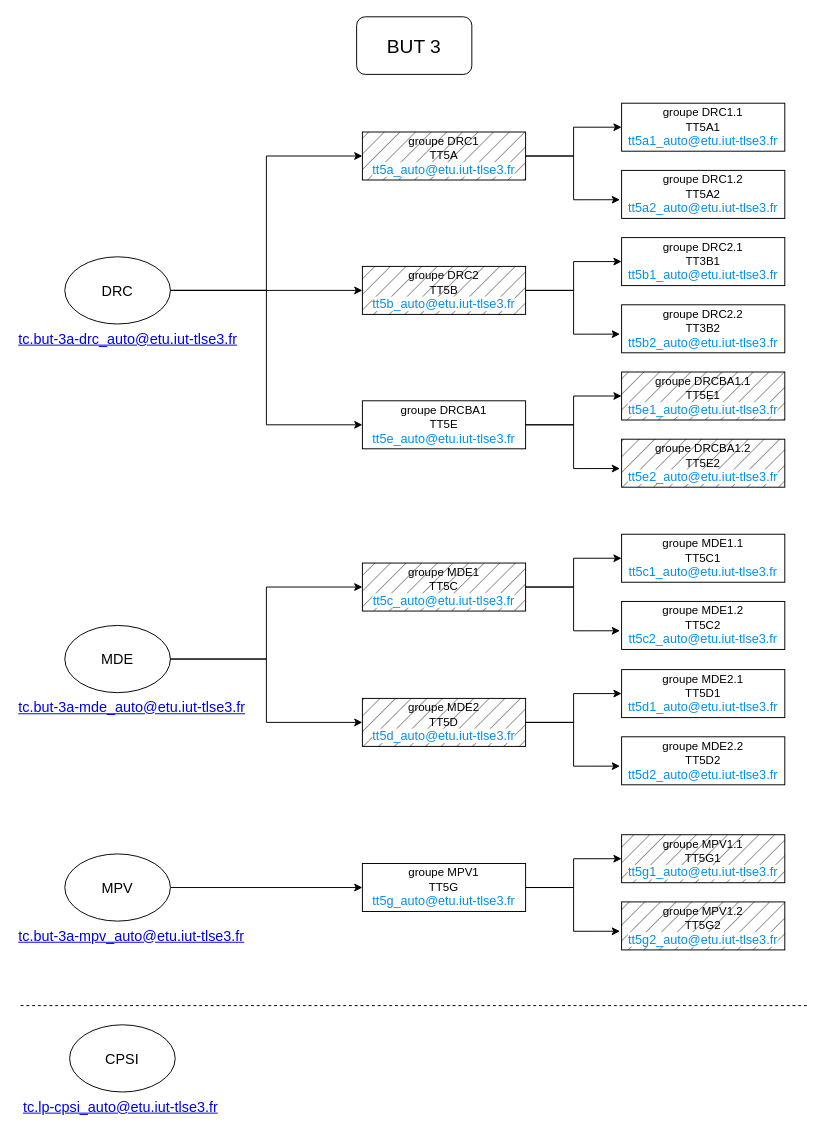
Earlier version of the draw.io diagram BUT3.drawio (gI7DUmmY/diagrams). Source tidied: cells renumbered, new cells numbered last; positions are measured from the earlier drawing's top-left corner, leaving out a move shared by most shapes. Both pictures are drawn from the tidied source at 96%, with x=0, y=0 at pixel (16, 16).
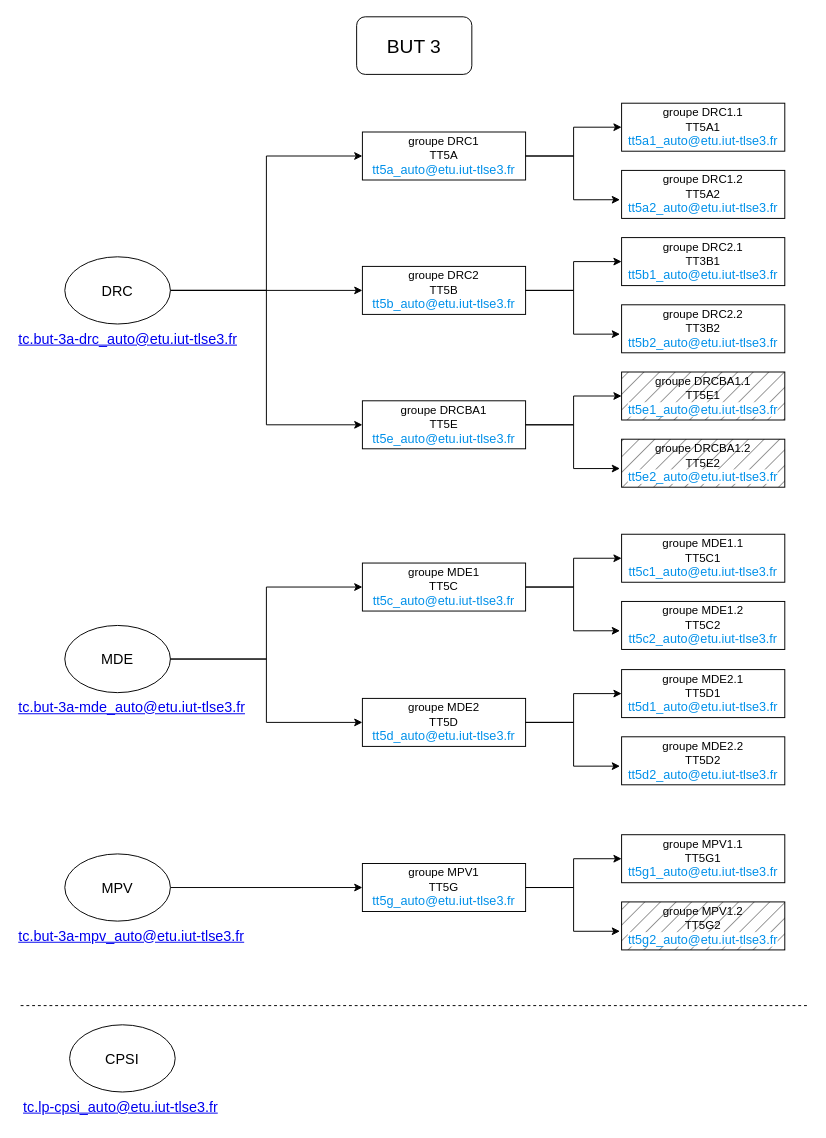
Above is the later version.

Commit message:
Mettre à jour BUT3.drawio

Diff of the diagram source:
```diff
@@
-    <mxCell id="15" value="groupe DRC1&lt;br style=&quot;border-color: var(--border-color);&quot;&gt;TT5A&lt;br style=&quot;border-color: var(--border-color);&quot;&gt;&lt;a href=&quot;mailto:tt5a_auto@etu.iut-tlse3.fr&quot; style=&quot;border: 0px; box-sizing: inherit; font-family: Raleway, sans-serif; font-size: 1.1em; background-color: rgb(255, 255, 255); line-height: inherit; color: rgb(0, 144, 233); text-decoration-line: none; cursor: pointer; margin: 0px; padding: 0px; text-size-adjust: 100%; font-variant-numeric: inherit; font-variant-east-asian: inherit; font-variant-alternates: inherit; font-variant-position: inherit; font-stretch: inherit; font-optical-sizing: inherit; font-kerning: inherit; font-feature-settings: inherit; font-variation-settings: inherit; vertical-align: baseline; transition: background-color 300ms ease-out; -webkit-tap-highlight-color: rgba(0, 0, 0, 0); text-align: left;&quot;&gt;tt5a_auto@etu.iut-tlse3.fr&lt;/a&gt;" style="rounded=0;whiteSpace=wrap;html=1;fillStyle=hatch;fillColor=#747474;" parent="1" vertex="1">
+    <mxCell id="15" value="groupe DRC1&lt;br style=&quot;border-color: var(--border-color);&quot;&gt;TT5A&lt;br style=&quot;border-color: var(--border-color);&quot;&gt;&lt;a href=&quot;mailto:tt5a_auto@etu.iut-tlse3.fr&quot; style=&quot;border: 0px; box-sizing: inherit; font-family: Raleway, sans-serif; font-size: 1.1em; background-color: rgb(255, 255, 255); line-height: inherit; color: rgb(0, 144, 233); text-decoration-line: none; cursor: pointer; margin: 0px; padding: 0px; text-size-adjust: 100%; font-variant-numeric: inherit; font-variant-east-asian: inherit; font-variant-alternates: inherit; font-variant-position: inherit; font-stretch: inherit; font-optical-sizing: inherit; font-kerning: inherit; font-feature-settings: inherit; font-variation-settings: inherit; vertical-align: baseline; transition: background-color 300ms ease-out; -webkit-tap-highlight-color: rgba(0, 0, 0, 0); text-align: left;&quot;&gt;tt5a_auto@etu.iut-tlse3.fr&lt;/a&gt;" style="rounded=0;whiteSpace=wrap;html=1;fillStyle=hatch;fillColor=none;" parent="1" vertex="1">
       <mxGeometry x="360" y="120" width="170" height="50" as="geometry" />
     </mxCell>
@@
-    <mxCell id="20" value="groupe DRC2&lt;br style=&quot;border-color: var(--border-color);&quot;&gt;TT5B&lt;br style=&quot;border-color: var(--border-color);&quot;&gt;&lt;a href=&quot;mailto:tt5b_auto@etu.iut-tlse3.fr&quot; style=&quot;border: 0px; box-sizing: inherit; font-family: Raleway, sans-serif; font-size: 1.1em; background-color: rgb(255, 255, 255); line-height: inherit; color: rgb(0, 144, 233); text-decoration-line: none; cursor: pointer; margin: 0px; padding: 0px; text-size-adjust: 100%; font-variant-numeric: inherit; font-variant-east-asian: inherit; font-variant-alternates: inherit; font-variant-position: inherit; font-stretch: inherit; font-optical-sizing: inherit; font-kerning: inherit; font-feature-settings: inherit; font-variation-settings: inherit; vertical-align: baseline; transition: background-color 300ms ease-out; -webkit-tap-highlight-color: rgba(0, 0, 0, 0); text-align: left;&quot;&gt;tt5b_auto@etu.iut-tlse3.fr&lt;/a&gt;" style="rounded=0;whiteSpace=wrap;html=1;fillStyle=hatch;fillColor=#747474;" parent="1" vertex="1">
+    <mxCell id="20" value="groupe DRC2&lt;br style=&quot;border-color: var(--border-color);&quot;&gt;TT5B&lt;br style=&quot;border-color: var(--border-color);&quot;&gt;&lt;a href=&quot;mailto:tt5b_auto@etu.iut-tlse3.fr&quot; style=&quot;border: 0px; box-sizing: inherit; font-family: Raleway, sans-serif; font-size: 1.1em; background-color: rgb(255, 255, 255); line-height: inherit; color: rgb(0, 144, 233); text-decoration-line: none; cursor: pointer; margin: 0px; padding: 0px; text-size-adjust: 100%; font-variant-numeric: inherit; font-variant-east-asian: inherit; font-variant-alternates: inherit; font-variant-position: inherit; font-stretch: inherit; font-optical-sizing: inherit; font-kerning: inherit; font-feature-settings: inherit; font-variation-settings: inherit; vertical-align: baseline; transition: background-color 300ms ease-out; -webkit-tap-highlight-color: rgba(0, 0, 0, 0); text-align: left;&quot;&gt;tt5b_auto@etu.iut-tlse3.fr&lt;/a&gt;" style="rounded=0;whiteSpace=wrap;html=1;fillStyle=hatch;fillColor=none;" parent="1" vertex="1">
       <mxGeometry x="360" y="260" width="170" height="50" as="geometry" />
     </mxCell>
@@
-    <mxCell id="25" value="groupe MDE1&lt;br style=&quot;border-color: var(--border-color);&quot;&gt;TT5C&lt;br style=&quot;border-color: var(--border-color);&quot;&gt;&lt;a style=&quot;border: 0px; box-sizing: inherit; font-family: Raleway, sans-serif; font-size: 1.1em; background-color: rgb(255, 255, 255); line-height: inherit; color: rgb(0, 144, 233); text-decoration-line: none; cursor: pointer; margin: 0px; padding: 0px; text-size-adjust: 100%; font-variant-numeric: inherit; font-variant-east-asian: inherit; font-variant-alternates: inherit; font-variant-position: inherit; font-stretch: inherit; font-optical-sizing: inherit; font-kerning: inherit; font-feature-settings: inherit; font-variation-settings: inherit; vertical-align: baseline; transition: background-color 300ms ease-out; -webkit-tap-highlight-color: rgba(0, 0, 0, 0); text-align: left;&quot; href=&quot;mailto:tt5c_auto@etu.iut-tlse3.fr&quot;&gt;tt5c_auto@etu.iut-tlse3.fr&lt;/a&gt;" style="rounded=0;whiteSpace=wrap;html=1;fillStyle=hatch;fillColor=#747474;" parent="1" vertex="1">
+    <mxCell id="25" value="groupe MDE1&lt;br style=&quot;border-color: var(--border-color);&quot;&gt;TT5C&lt;br style=&quot;border-color: var(--border-color);&quot;&gt;&lt;a style=&quot;border: 0px; box-sizing: inherit; font-family: Raleway, sans-serif; font-size: 1.1em; background-color: rgb(255, 255, 255); line-height: inherit; color: rgb(0, 144, 233); text-decoration-line: none; cursor: pointer; margin: 0px; padding: 0px; text-size-adjust: 100%; font-variant-numeric: inherit; font-variant-east-asian: inherit; font-variant-alternates: inherit; font-variant-position: inherit; font-stretch: inherit; font-optical-sizing: inherit; font-kerning: inherit; font-feature-settings: inherit; font-variation-settings: inherit; vertical-align: baseline; transition: background-color 300ms ease-out; -webkit-tap-highlight-color: rgba(0, 0, 0, 0); text-align: left;&quot; href=&quot;mailto:tt5c_auto@etu.iut-tlse3.fr&quot;&gt;tt5c_auto@etu.iut-tlse3.fr&lt;/a&gt;" style="rounded=0;whiteSpace=wrap;html=1;fillStyle=hatch;fillColor=none;" parent="1" vertex="1">
       <mxGeometry x="360" y="569" width="170" height="50" as="geometry" />
     </mxCell>
@@
-    <mxCell id="31" value="groupe MPV1.1&lt;br style=&quot;border-color: var(--border-color);&quot;&gt;TT5G1&lt;br style=&quot;border-color: var(--border-color);&quot;&gt;&lt;a style=&quot;box-sizing: inherit; font-family: Raleway, sans-serif; font-size: 1.1em; background-color: rgb(255, 255, 255); line-height: inherit; color: rgb(0, 144, 233); text-decoration-line: none; cursor: pointer; margin: 0px; padding: 0px; border: 0px; text-size-adjust: 100%; font-variant-numeric: inherit; font-variant-east-asian: inherit; font-variant-alternates: inherit; font-variant-position: inherit; font-stretch: inherit; font-optical-sizing: inherit; font-kerning: inherit; font-feature-settings: inherit; font-variation-settings: inherit; vertical-align: baseline; transition: background-color 300ms ease-out 0s; -webkit-tap-highlight-color: rgba(0, 0, 0, 0); text-align: left;&quot; href=&quot;mailto:tt5g1_auto@etu.iut-tlse3.fr&quot;&gt;tt5g1_auto@etu.iut-tlse3.fr&lt;/a&gt;" style="rounded=0;whiteSpace=wrap;html=1;fillStyle=hatch;fillColor=#747474;" parent="1" vertex="1">
+    <mxCell id="31" value="groupe MPV1.1&lt;br style=&quot;border-color: var(--border-color);&quot;&gt;TT5G1&lt;br style=&quot;border-color: var(--border-color);&quot;&gt;&lt;a style=&quot;box-sizing: inherit; font-family: Raleway, sans-serif; font-size: 1.1em; background-color: rgb(255, 255, 255); line-height: inherit; color: rgb(0, 144, 233); text-decoration-line: none; cursor: pointer; margin: 0px; padding: 0px; border: 0px; text-size-adjust: 100%; font-variant-numeric: inherit; font-variant-east-asian: inherit; font-variant-alternates: inherit; font-variant-position: inherit; font-stretch: inherit; font-optical-sizing: inherit; font-kerning: inherit; font-feature-settings: inherit; font-variation-settings: inherit; vertical-align: baseline; transition: background-color 300ms ease-out 0s; -webkit-tap-highlight-color: rgba(0, 0, 0, 0); text-align: left;&quot; href=&quot;mailto:tt5g1_auto@etu.iut-tlse3.fr&quot;&gt;tt5g1_auto@etu.iut-tlse3.fr&lt;/a&gt;" style="rounded=0;whiteSpace=wrap;html=1;fillStyle=hatch;fillColor=none;" parent="1" vertex="1">
       <mxGeometry x="630" y="852" width="170" height="50" as="geometry" />
     </mxCell>
@@
-    <mxCell id="36" value="groupe MDE2&lt;br style=&quot;border-color: var(--border-color);&quot;&gt;TT5D&lt;br style=&quot;border-color: var(--border-color);&quot;&gt;&lt;a href=&quot;mailto:tt5d_auto@etu.iut-tlse3.fr&quot; style=&quot;border: 0px; box-sizing: inherit; font-family: Raleway, sans-serif; font-size: 1.1em; background-color: rgb(255, 255, 255); line-height: inherit; color: rgb(0, 144, 233); text-decoration-line: none; cursor: pointer; margin: 0px; padding: 0px; text-size-adjust: 100%; font-variant-numeric: inherit; font-variant-east-asian: inherit; font-variant-alternates: inherit; font-variant-position: inherit; font-stretch: inherit; font-optical-sizing: inherit; font-kerning: inherit; font-feature-settings: inherit; font-variation-settings: inherit; vertical-align: baseline; transition: background-color 300ms ease-out; -webkit-tap-highlight-color: rgba(0, 0, 0, 0); text-align: left;&quot;&gt;tt5d_auto@etu.iut-tlse3.fr&lt;/a&gt;" style="rounded=0;whiteSpace=wrap;html=1;fillStyle=hatch;fillColor=#747474;" parent="1" vertex="1">
+    <mxCell id="36" value="groupe MDE2&lt;br style=&quot;border-color: var(--border-color);&quot;&gt;TT5D&lt;br style=&quot;border-color: var(--border-color);&quot;&gt;&lt;a href=&quot;mailto:tt5d_auto@etu.iut-tlse3.fr&quot; style=&quot;border: 0px; box-sizing: inherit; font-family: Raleway, sans-serif; font-size: 1.1em; background-color: rgb(255, 255, 255); line-height: inherit; color: rgb(0, 144, 233); text-decoration-line: none; cursor: pointer; margin: 0px; padding: 0px; text-size-adjust: 100%; font-variant-numeric: inherit; font-variant-east-asian: inherit; font-variant-alternates: inherit; font-variant-position: inherit; font-stretch: inherit; font-optical-sizing: inherit; font-kerning: inherit; font-feature-settings: inherit; font-variation-settings: inherit; vertical-align: baseline; transition: background-color 300ms ease-out; -webkit-tap-highlight-color: rgba(0, 0, 0, 0); text-align: left;&quot;&gt;tt5d_auto@etu.iut-tlse3.fr&lt;/a&gt;" style="rounded=0;whiteSpace=wrap;html=1;fillStyle=hatch;fillColor=none;" parent="1" vertex="1">
       <mxGeometry x="360" y="710" width="170" height="50" as="geometry" />
     </mxCell>
```
